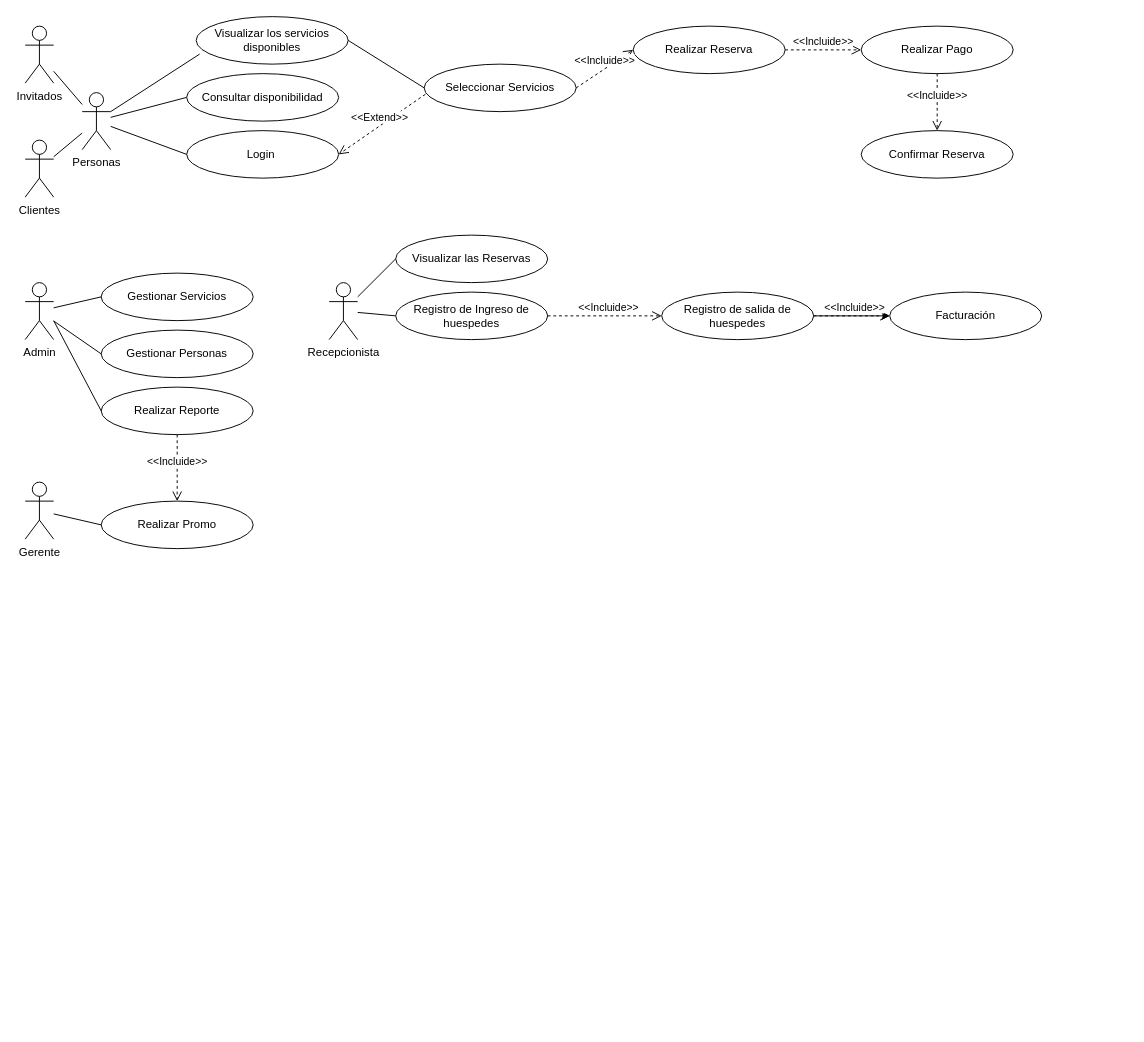
This is Diagrama sin título.drawio from Luulara/castilloDiagramas, a draw.io file, before an edit. Source tidied: cells renumbered, new cells numbered last; positions are measured from the earlier drawing's top-left corner, leaving out a move shared by most shapes. Both pictures are drawn from the tidied source at 95%, with x=0, y=0 at pixel (25, 16).
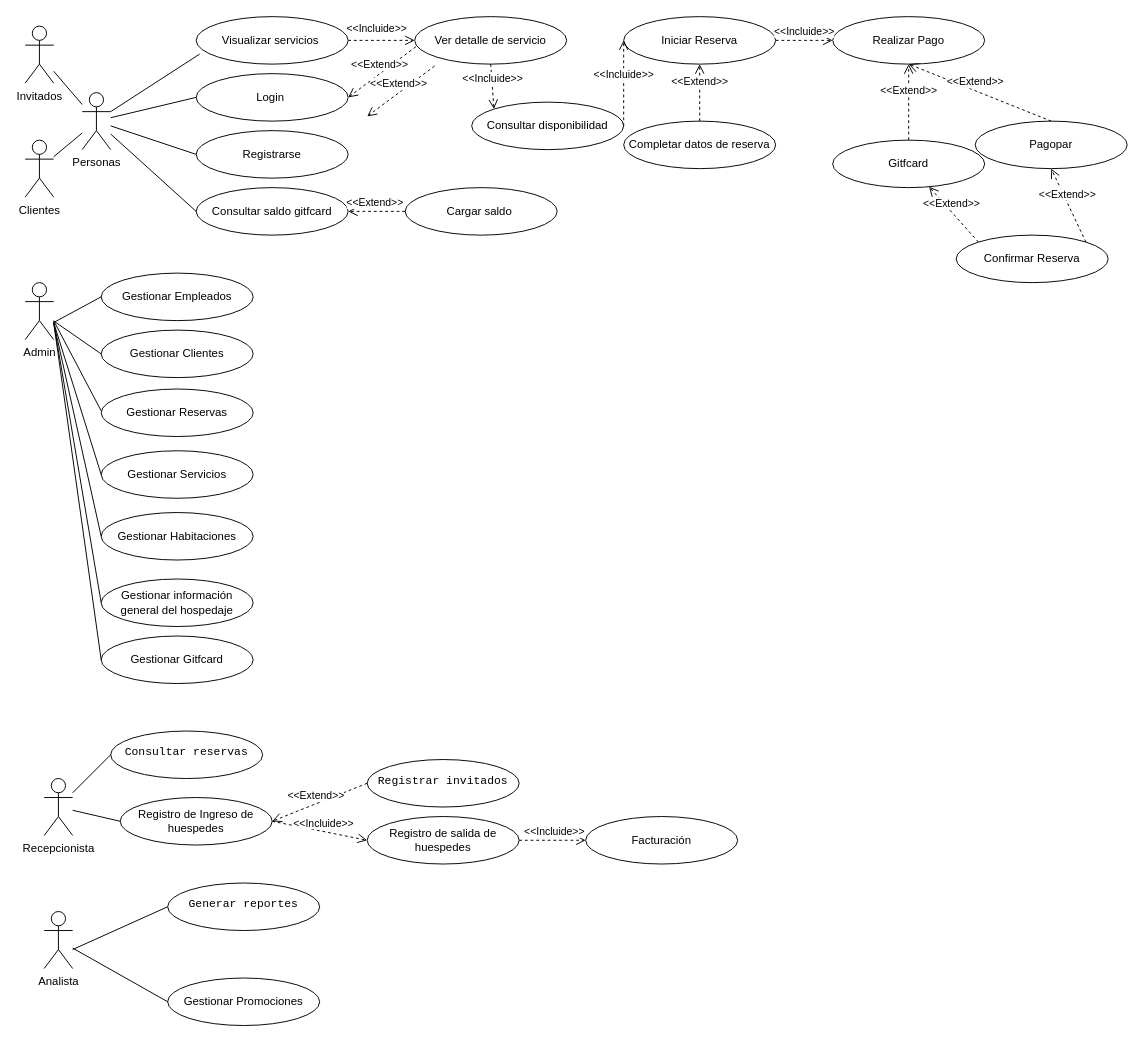
The same diagram, later.

Unchanged cells that the change refers to:
```xml
<mxCell id="4" value="Personas" style="shape=umlActor;verticalLabelPosition=bottom;verticalAlign=top;html=1;outlineConnect=0;" parent="1" vertex="1">
  <mxGeometry x="60" y="80" width="30" height="60" as="geometry" />
</mxCell>
<mxCell id="23" value="Admin" style="shape=umlActor;verticalLabelPosition=bottom;verticalAlign=top;html=1;outlineConnect=0;" parent="1" vertex="1">
  <mxGeometry y="280" width="30" height="60" as="geometry" />
</mxCell>
```

What changed in the source:
```diff
@@
     <mxCell id="5" value="Login&amp;nbsp;" style="ellipse;whiteSpace=wrap;html=1;" parent="1" vertex="1">
-      <mxGeometry x="170" y="120" width="160" height="50" as="geometry" />
+      <mxGeometry x="180" y="60" width="160" height="50" as="geometry" />
     </mxCell>
-    <mxCell id="6" value="Seleccionar Servicios" style="ellipse;whiteSpace=wrap;html=1;" parent="1" vertex="1">
-      <mxGeometry x="420" y="50" width="160" height="50" as="geometry" />
+    <mxCell id="6" value="Ver detalle de servicio" style="ellipse;whiteSpace=wrap;html=1;" parent="1" vertex="1">
+      <mxGeometry x="410" width="160" height="50" as="geometry" />
     </mxCell>
-    <mxCell id="7" value="Consultar disponibilidad" style="ellipse;whiteSpace=wrap;html=1;" parent="1" vertex="1">
-      <mxGeometry x="170" y="60" width="160" height="50" as="geometry" />
+    <mxCell id="7" value="Consultar saldo gitfcard" style="ellipse;whiteSpace=wrap;html=1;" parent="1" vertex="1">
+      <mxGeometry x="180" y="180" width="160" height="50" as="geometry" />
     </mxCell>
@@
-    <mxCell id="9" value="Visualizar los servicios disponibles" style="ellipse;whiteSpace=wrap;html=1;" parent="1" vertex="1">
+    <mxCell id="9" value="Visualizar servicios&amp;nbsp;" style="ellipse;whiteSpace=wrap;html=1;" parent="1" vertex="1">
       <mxGeometry x="180" width="160" height="50" as="geometry" />
     </mxCell>
-    <mxCell id="10" value="Realizar Reserva" style="ellipse;whiteSpace=wrap;html=1;" parent="1" vertex="1">
-      <mxGeometry x="640" y="10" width="160" height="50" as="geometry" />
+    <mxCell id="10" value="Iniciar Reserva" style="ellipse;whiteSpace=wrap;html=1;" parent="1" vertex="1">
+      <mxGeometry x="630" width="160" height="50" as="geometry" />
     </mxCell>
-    <mxCell id="11" value="Gestionar Servicios" style="ellipse;whiteSpace=wrap;html=1;" parent="1" vertex="1">
+    <mxCell id="11" value="Gestionar Empleados" style="ellipse;whiteSpace=wrap;html=1;" parent="1" vertex="1">
       <mxGeometry x="80" y="270" width="160" height="50" as="geometry" />
     </mxCell>
-    <mxCell id="12" value="Confirmar Reserva" style="ellipse;whiteSpace=wrap;html=1;" parent="1" vertex="1">
-      <mxGeometry x="880" y="120" width="160" height="50" as="geometry" />
-    </mxCell>
     <mxCell id="13" value="Realizar Pago" style="ellipse;whiteSpace=wrap;html=1;" parent="1" vertex="1">
-      <mxGeometry x="880" y="10" width="160" height="50" as="geometry" />
+      <mxGeometry x="850" width="160" height="50" as="geometry" />
     </mxCell>
@@
-    <mxCell id="16" value="&amp;lt;&amp;lt;Incluide&amp;gt;&amp;gt;" style="html=1;verticalAlign=bottom;endArrow=open;dashed=1;endSize=8;curved=0;rounded=0;exitX=1;exitY=0.5;exitDx=0;exitDy=0;entryX=0;entryY=0.5;entryDx=0;entryDy=0;" parent="1" edge="1" source="6" target="10">
+    <mxCell id="16" value="&amp;lt;&amp;lt;Incluide&amp;gt;&amp;gt;" style="html=1;verticalAlign=bottom;endArrow=open;dashed=1;endSize=8;curved=0;rounded=0;exitX=1;exitY=0.5;exitDx=0;exitDy=0;entryX=0;entryY=0.5;entryDx=0;entryDy=0;" parent="1" edge="1" source="46" target="10">
       <mxGeometry relative="1" as="geometry" />
     </mxCell>
@@
-    <mxCell id="19" value="&amp;lt;&amp;lt;Incluide&amp;gt;&amp;gt;" style="html=1;verticalAlign=bottom;endArrow=open;dashed=1;endSize=8;curved=0;rounded=0;entryX=0.5;entryY=0;entryDx=0;entryDy=0;exitX=0.5;exitY=1;exitDx=0;exitDy=0;" parent="1" edge="1" source="13" target="12">
-      <mxGeometry x="0.07" relative="1" as="geometry" />
-    </mxCell>
-    <mxCell id="20" style="endArrow=none;html=1;rounded=0;exitX=1;exitY=0.5;exitDx=0;exitDy=0;entryX=0;entryY=0.5;entryDx=0;entryDy=0;" parent="1" edge="1" source="9" target="6">
-      <mxGeometry relative="1" as="geometry" />
-    </mxCell>
@@
-    <mxCell id="24" value="Gestionar Personas" style="ellipse;whiteSpace=wrap;html=1;" parent="1" vertex="1">
+    <mxCell id="24" value="Gestionar Clientes" style="ellipse;whiteSpace=wrap;html=1;" parent="1" vertex="1">
       <mxGeometry x="80" y="330" width="160" height="50" as="geometry" />
     </mxCell>
-    <mxCell id="25" style="endArrow=none;html=1;rounded=0;entryX=0;entryY=0.5;entryDx=0;entryDy=0;" parent="1" edge="1" source="23" target="11">
-      <mxGeometry relative="1" as="geometry" />
+    <mxCell id="25" style="endArrow=none;html=1;rounded=0;entryX=0;entryY=0.5;entryDx=0;entryDy=0;" parent="1" edge="1" target="11">
+      <mxGeometry relative="1" as="geometry">
+        <mxPoint x="30" y="322" as="sourcePoint" />
+      </mxGeometry>
     </mxCell>
@@
-    <mxCell id="27" value="Visualizar las Reservas" style="ellipse;whiteSpace=wrap;html=1;" parent="1" vertex="1">
-      <mxGeometry x="390" y="230" width="160" height="50" as="geometry" />
+    <mxCell id="27" value="&lt;table&gt;&lt;tbody&gt;&lt;tr&gt;&lt;td&gt;&lt;code&gt;Consultar reservas&lt;/code&gt;&lt;/td&gt;&lt;/tr&gt;&lt;/tbody&gt;&lt;/table&gt;&lt;table&gt;&lt;tbody&gt;&lt;tr&gt;&lt;td&gt;&lt;/td&gt;&lt;/tr&gt;&lt;/tbody&gt;&lt;/table&gt;" style="ellipse;whiteSpace=wrap;html=1;" parent="1" vertex="1">
+      <mxGeometry x="90" y="752" width="160" height="50" as="geometry" />
     </mxCell>
     <mxCell id="28" value="Recepcionista" style="shape=umlActor;verticalLabelPosition=bottom;verticalAlign=top;html=1;outlineConnect=0;" parent="1" vertex="1">
-      <mxGeometry x="320" y="280" width="30" height="60" as="geometry" />
+      <mxGeometry x="20" y="802" width="30" height="60" as="geometry" />
     </mxCell>
     <mxCell id="29" value="Registro de Ingreso de huespedes" style="ellipse;whiteSpace=wrap;html=1;" parent="1" vertex="1">
-      <mxGeometry x="390" y="290" width="160" height="50" as="geometry" />
+      <mxGeometry x="100" y="822" width="160" height="50" as="geometry" />
     </mxCell>
@@
-    <mxCell id="32" style="edgeStyle=orthogonalEdgeStyle;rounded=0;jettySize=auto;html=1;" parent="1" edge="1" source="33" target="35">
-      <mxGeometry relative="1" as="geometry" />
-    </mxCell>
     <mxCell id="33" value="Registro de salida de huespedes" style="ellipse;whiteSpace=wrap;html=1;" parent="1" vertex="1">
-      <mxGeometry x="670" y="290" width="160" height="50" as="geometry" />
+      <mxGeometry x="360" y="842" width="160" height="50" as="geometry" />
     </mxCell>
@@
     <mxCell id="35" value="Facturación" style="ellipse;whiteSpace=wrap;html=1;" parent="1" vertex="1">
-      <mxGeometry x="910" y="290" width="160" height="50" as="geometry" />
+      <mxGeometry x="590" y="842" width="160" height="50" as="geometry" />
     </mxCell>
-    <mxCell id="36" value="&amp;lt;&amp;lt;Incluide&amp;gt;&amp;gt;" style="html=1;verticalAlign=bottom;endArrow=open;dashed=1;endSize=8;curved=0;rounded=0;entryX=0;entryY=0.5;entryDx=0;entryDy=0;exitX=1;exitY=0.5;exitDx=0;exitDy=0;" parent="1" edge="1" target="35">
-      <mxGeometry x="0.07" relative="1" as="geometry">
-        <mxPoint x="830" y="315" as="sourcePoint" />
-      </mxGeometry>
+    <mxCell id="36" value="&amp;lt;&amp;lt;Incluide&amp;gt;&amp;gt;" style="html=1;verticalAlign=bottom;endArrow=open;dashed=1;endSize=8;curved=0;rounded=0;entryX=0;entryY=0.5;entryDx=0;entryDy=0;exitX=1;exitY=0.5;exitDx=0;exitDy=0;" parent="1" edge="1" source="33" target="35">
+      <mxGeometry x="0.07" relative="1" as="geometry" />
     </mxCell>
-    <mxCell id="37" value="Gerente" style="shape=umlActor;verticalLabelPosition=bottom;verticalAlign=top;html=1;outlineConnect=0;" parent="1" vertex="1">
-      <mxGeometry y="490" width="30" height="60" as="geometry" />
+    <mxCell id="37" value="Analista" style="shape=umlActor;verticalLabelPosition=bottom;verticalAlign=top;html=1;outlineConnect=0;" parent="1" vertex="1">
+      <mxGeometry x="20" y="942" width="30" height="60" as="geometry" />
     </mxCell>
-    <mxCell id="38" value="Realizar Promo" style="ellipse;whiteSpace=wrap;html=1;" parent="1" vertex="1">
-      <mxGeometry x="80" y="510" width="160" height="50" as="geometry" />
+    <mxCell id="38" value="Gestionar Promociones" style="ellipse;whiteSpace=wrap;html=1;" parent="1" vertex="1">
+      <mxGeometry x="150" y="1012" width="160" height="50" as="geometry" />
     </mxCell>
-    <mxCell id="39" value="Realizar Reporte" style="ellipse;whiteSpace=wrap;html=1;" parent="1" vertex="1">
-      <mxGeometry x="80" y="390" width="160" height="50" as="geometry" />
-    </mxCell>
-    <mxCell id="40" style="endArrow=none;html=1;rounded=0;entryX=0;entryY=0.5;entryDx=0;entryDy=0;exitX=1;exitY=0.667;exitDx=0;exitDy=0;exitPerimeter=0;" parent="1" edge="1" source="23" target="39">
-      <mxGeometry relative="1" as="geometry" />
+    <mxCell id="40" style="endArrow=none;html=1;rounded=0;entryX=0;entryY=0.5;entryDx=0;entryDy=0;exitX=1;exitY=0.667;exitDx=0;exitDy=0;exitPerimeter=0;" parent="1" edge="1" source="23">
+      <mxGeometry relative="1" as="geometry">
+        <mxPoint x="80" y="415" as="targetPoint" />
+      </mxGeometry>
     </mxCell>
-    <mxCell id="41" value="&amp;lt;&amp;lt;Incluide&amp;gt;&amp;gt;" style="html=1;verticalAlign=bottom;endArrow=open;dashed=1;endSize=8;curved=0;rounded=0;entryX=0.5;entryY=0;entryDx=0;entryDy=0;exitX=0.5;exitY=1;exitDx=0;exitDy=0;" parent="1" edge="1" source="39" target="38">
-      <mxGeometry x="0.07" relative="1" as="geometry" />
-    </mxCell>
@@
+    <mxCell id="43" value="Registrarse" style="ellipse;whiteSpace=wrap;html=1;" parent="1" vertex="1">
+      <mxGeometry x="180" y="120" width="160" height="50" as="geometry" />
+    </mxCell>
+    <mxCell id="44" style="endArrow=none;html=1;rounded=0;entryX=0;entryY=0.5;entryDx=0;entryDy=0;" parent="1" edge="1" source="4" target="43">
+      <mxGeometry relative="1" as="geometry" />
+    </mxCell>
+    <mxCell id="45" value="&amp;lt;&amp;lt;Incluide&amp;gt;&amp;gt;" style="html=1;verticalAlign=bottom;endArrow=open;dashed=1;endSize=8;curved=0;rounded=0;" parent="1" edge="1" target="6">
+      <mxGeometry x="-0.14" y="3" relative="1" as="geometry">
+        <mxPoint x="340" y="25" as="sourcePoint" />
+      </mxGeometry>
+    </mxCell>
+    <mxCell id="46" value="Consultar disponibilidad" style="ellipse;whiteSpace=wrap;html=1;" parent="1" vertex="1">
+      <mxGeometry x="470" y="90" width="160" height="50" as="geometry" />
+    </mxCell>
+    <mxCell id="47" value="&amp;lt;&amp;lt;Incluide&amp;gt;&amp;gt;" style="html=1;verticalAlign=bottom;endArrow=open;dashed=1;endSize=8;curved=0;rounded=0;exitX=0.5;exitY=1;exitDx=0;exitDy=0;entryX=0;entryY=0;entryDx=0;entryDy=0;" parent="1" edge="1" source="6" target="46">
+      <mxGeometry relative="1" as="geometry" />
+    </mxCell>
+    <mxCell id="48" value="Completar datos de reserva" style="ellipse;whiteSpace=wrap;html=1;" parent="1" vertex="1">
+      <mxGeometry x="630" y="110" width="160" height="50" as="geometry" />
+    </mxCell>
+    <mxCell id="49" value="&amp;lt;&amp;lt;Extend&amp;gt;&amp;gt;" style="html=1;verticalAlign=bottom;endArrow=open;dashed=1;endSize=8;curved=0;rounded=0;entryX=0.5;entryY=1;entryDx=0;entryDy=0;exitX=0.5;exitY=0;exitDx=0;exitDy=0;" parent="1" edge="1" source="48" target="10">
+      <mxGeometry x="0.07" relative="1" as="geometry" />
+    </mxCell>
+    <mxCell id="12" value="Confirmar Reserva" style="ellipse;whiteSpace=wrap;html=1;" parent="1" vertex="1">
+      <mxGeometry x="980" y="230" width="160" height="50" as="geometry" />
+    </mxCell>
+    <mxCell id="50" value="Pagopar" style="ellipse;whiteSpace=wrap;html=1;" parent="1" vertex="1">
+      <mxGeometry x="1000" y="110" width="160" height="50" as="geometry" />
+    </mxCell>
+    <mxCell id="51" value="Gitfcard" style="ellipse;whiteSpace=wrap;html=1;" parent="1" vertex="1">
+      <mxGeometry x="850" y="130" width="160" height="50" as="geometry" />
+    </mxCell>
+    <mxCell id="52" value="&amp;lt;&amp;lt;Extend&amp;gt;&amp;gt;" style="html=1;verticalAlign=bottom;endArrow=open;dashed=1;endSize=8;curved=0;rounded=0;exitX=0.5;exitY=0;exitDx=0;exitDy=0;entryX=0.5;entryY=1;entryDx=0;entryDy=0;" parent="1" edge="1" source="51" target="13">
+      <mxGeometry x="0.07" relative="1" as="geometry" />
+    </mxCell>
+    <mxCell id="53" value="&amp;lt;&amp;lt;Extend&amp;gt;&amp;gt;" style="html=1;verticalAlign=bottom;endArrow=open;dashed=1;endSize=8;curved=0;rounded=0;exitX=0.5;exitY=0;exitDx=0;exitDy=0;entryX=0.5;entryY=1;entryDx=0;entryDy=0;" parent="1" edge="1" source="50" target="13">
+      <mxGeometry x="0.07" relative="1" as="geometry" />
+    </mxCell>
+    <mxCell id="54" value="&amp;lt;&amp;lt;Extend&amp;gt;&amp;gt;" style="html=1;verticalAlign=bottom;endArrow=open;dashed=1;endSize=8;curved=0;rounded=0;exitX=0;exitY=0;exitDx=0;exitDy=0;" parent="1" edge="1" source="12" target="51">
+      <mxGeometry x="0.07" relative="1" as="geometry" />
+    </mxCell>
+    <mxCell id="55" value="&amp;lt;&amp;lt;Extend&amp;gt;&amp;gt;" style="html=1;verticalAlign=bottom;endArrow=open;dashed=1;endSize=8;curved=0;rounded=0;exitX=1;exitY=0;exitDx=0;exitDy=0;entryX=0.5;entryY=1;entryDx=0;entryDy=0;" parent="1" edge="1" source="12" target="50">
+      <mxGeometry x="0.07" relative="1" as="geometry" />
+    </mxCell>
+    <mxCell id="56" value="Gestionar Servicios" style="ellipse;whiteSpace=wrap;html=1;" parent="1" vertex="1">
+      <mxGeometry x="80" y="457" width="160" height="50" as="geometry" />
+    </mxCell>
+    <mxCell id="57" value="Gestionar Reservas" style="ellipse;whiteSpace=wrap;html=1;" parent="1" vertex="1">
+      <mxGeometry x="80" y="392" width="160" height="50" as="geometry" />
+    </mxCell>
+    <mxCell id="58" value="Gestionar Habitaciones" style="ellipse;whiteSpace=wrap;html=1;" parent="1" vertex="1">
+      <mxGeometry x="80" y="522" width="160" height="50" as="geometry" />
+    </mxCell>
+    <mxCell id="59" value="Gestionar Gitfcard" style="ellipse;whiteSpace=wrap;html=1;" parent="1" vertex="1">
+      <mxGeometry x="80" y="652" width="160" height="50" as="geometry" />
+    </mxCell>
+    <mxCell id="60" style="endArrow=none;html=1;rounded=0;entryX=0;entryY=0.5;entryDx=0;entryDy=0;" parent="1" edge="1" target="56">
+      <mxGeometry relative="1" as="geometry">
+        <mxPoint x="30" y="322" as="sourcePoint" />
+      </mxGeometry>
+    </mxCell>
+    <mxCell id="61" style="endArrow=none;html=1;rounded=0;entryX=0;entryY=0.5;entryDx=0;entryDy=0;" parent="1" edge="1" target="58">
+      <mxGeometry relative="1" as="geometry">
+        <mxPoint x="30" y="322" as="sourcePoint" />
+      </mxGeometry>
+    </mxCell>
+    <mxCell id="62" style="endArrow=none;html=1;rounded=0;entryX=0;entryY=0.5;entryDx=0;entryDy=0;" parent="1" edge="1" target="71">
+      <mxGeometry relative="1" as="geometry">
+        <mxPoint x="30" y="322" as="sourcePoint" />
+      </mxGeometry>
+    </mxCell>
+    <mxCell id="63" style="endArrow=none;html=1;rounded=0;entryX=0;entryY=0.5;entryDx=0;entryDy=0;" parent="1" edge="1" target="59">
+      <mxGeometry relative="1" as="geometry">
+        <mxPoint x="30" y="322" as="sourcePoint" />
+      </mxGeometry>
+    </mxCell>
+    <mxCell id="64" value="Cargar saldo&amp;nbsp;" style="ellipse;whiteSpace=wrap;html=1;" parent="1" vertex="1">
+      <mxGeometry x="400" y="180" width="160" height="50" as="geometry" />
+    </mxCell>
+    <mxCell id="65" value="&amp;lt;&amp;lt;Extend&amp;gt;&amp;gt;" style="html=1;verticalAlign=bottom;endArrow=open;dashed=1;endSize=8;curved=0;rounded=0;exitX=0;exitY=0.5;exitDx=0;exitDy=0;entryX=1;entryY=0.5;entryDx=0;entryDy=0;" parent="1" edge="1" source="64" target="7">
+      <mxGeometry x="0.07" relative="1" as="geometry" />
+    </mxCell>
+    <mxCell id="66" value="&amp;lt;&amp;lt;Extend&amp;gt;&amp;gt;" style="html=1;verticalAlign=bottom;endArrow=open;dashed=1;endSize=8;curved=0;rounded=0;exitX=0.008;exitY=0.634;exitDx=0;exitDy=0;entryX=1;entryY=0.5;entryDx=0;entryDy=0;exitPerimeter=0;" parent="1" edge="1">
+      <mxGeometry x="0.07" relative="1" as="geometry">
+        <mxPoint x="431" y="52" as="sourcePoint" />
+        <mxPoint x="360" y="105" as="targetPoint" />
+      </mxGeometry>
+    </mxCell>
+    <mxCell id="67" value="&lt;table&gt;&lt;tbody&gt;&lt;tr&gt;&lt;td&gt;&lt;code&gt;Registrar invitados&lt;/code&gt;&lt;/td&gt;&lt;/tr&gt;&lt;/tbody&gt;&lt;/table&gt;&lt;table&gt;&lt;tbody&gt;&lt;tr&gt;&lt;td&gt;&lt;/td&gt;&lt;/tr&gt;&lt;/tbody&gt;&lt;/table&gt;" style="ellipse;whiteSpace=wrap;html=1;" parent="1" vertex="1">
+      <mxGeometry x="360" y="782" width="160" height="50" as="geometry" />
+    </mxCell>
+    <mxCell id="68" value="&amp;lt;&amp;lt;Extend&amp;gt;&amp;gt;" style="html=1;verticalAlign=bottom;endArrow=open;dashed=1;endSize=8;curved=0;rounded=0;exitX=0;exitY=0.5;exitDx=0;exitDy=0;entryX=1;entryY=0.5;entryDx=0;entryDy=0;" parent="1" edge="1" source="67" target="29">
+      <mxGeometry x="0.07" relative="1" as="geometry" />
+    </mxCell>
+    <mxCell id="69" value="&lt;table&gt;&lt;tbody&gt;&lt;tr&gt;&lt;td&gt;&lt;code&gt;Generar reportes&lt;/code&gt;&lt;/td&gt;&lt;/tr&gt;&lt;/tbody&gt;&lt;/table&gt;&lt;table&gt;&lt;tbody&gt;&lt;tr&gt;&lt;td&gt;&lt;/td&gt;&lt;/tr&gt;&lt;/tbody&gt;&lt;/table&gt;" style="ellipse;whiteSpace=wrap;html=1;" parent="1" vertex="1">
+      <mxGeometry x="150" y="912" width="160" height="50" as="geometry" />
+    </mxCell>
+    <mxCell id="70" style="endArrow=none;html=1;rounded=0;entryX=0;entryY=0.5;entryDx=0;entryDy=0;" parent="1" edge="1" target="69">
+      <mxGeometry relative="1" as="geometry">
+        <mxPoint x="50" y="982" as="sourcePoint" />
+      </mxGeometry>
+    </mxCell>
+    <mxCell id="71" value="Gestionar&amp;nbsp;información general del hospedaje" style="ellipse;whiteSpace=wrap;html=1;" parent="1" vertex="1">
+      <mxGeometry x="80" y="592" width="160" height="50" as="geometry" />
+    </mxCell>
```
